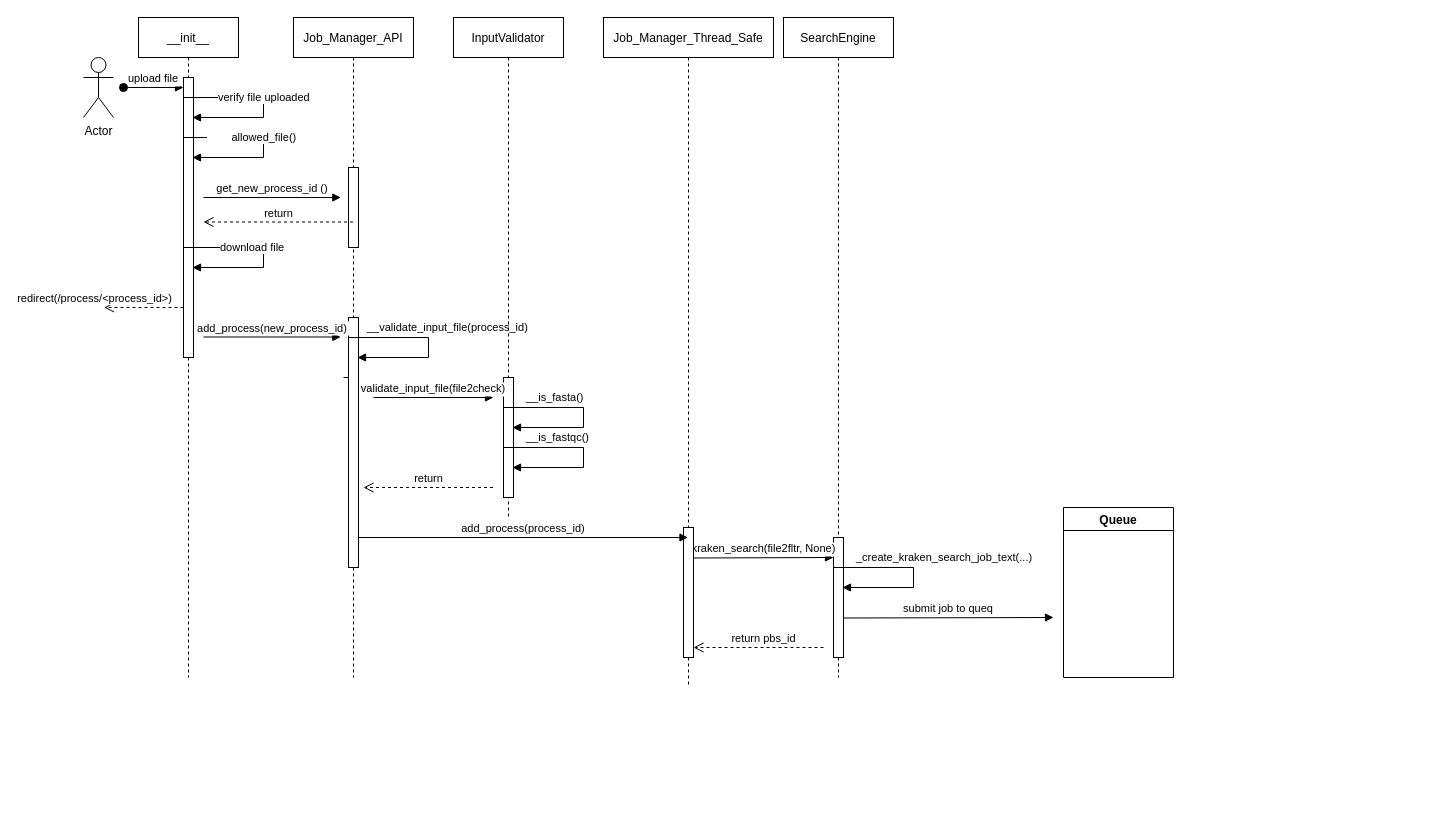
The draw.io diagram page "upload_file" (2 of 4) of design/sequences.drawio in JuanParker1/NgsReadClearEngine, before the edit. Source tidied: cells renumbered, new cells numbered last; positions are measured from the earlier drawing's top-left corner, leaving out a move shared by most shapes. Both pictures are drawn from the tidied source at 100%, with x=0, y=0 at pixel (83, 17).
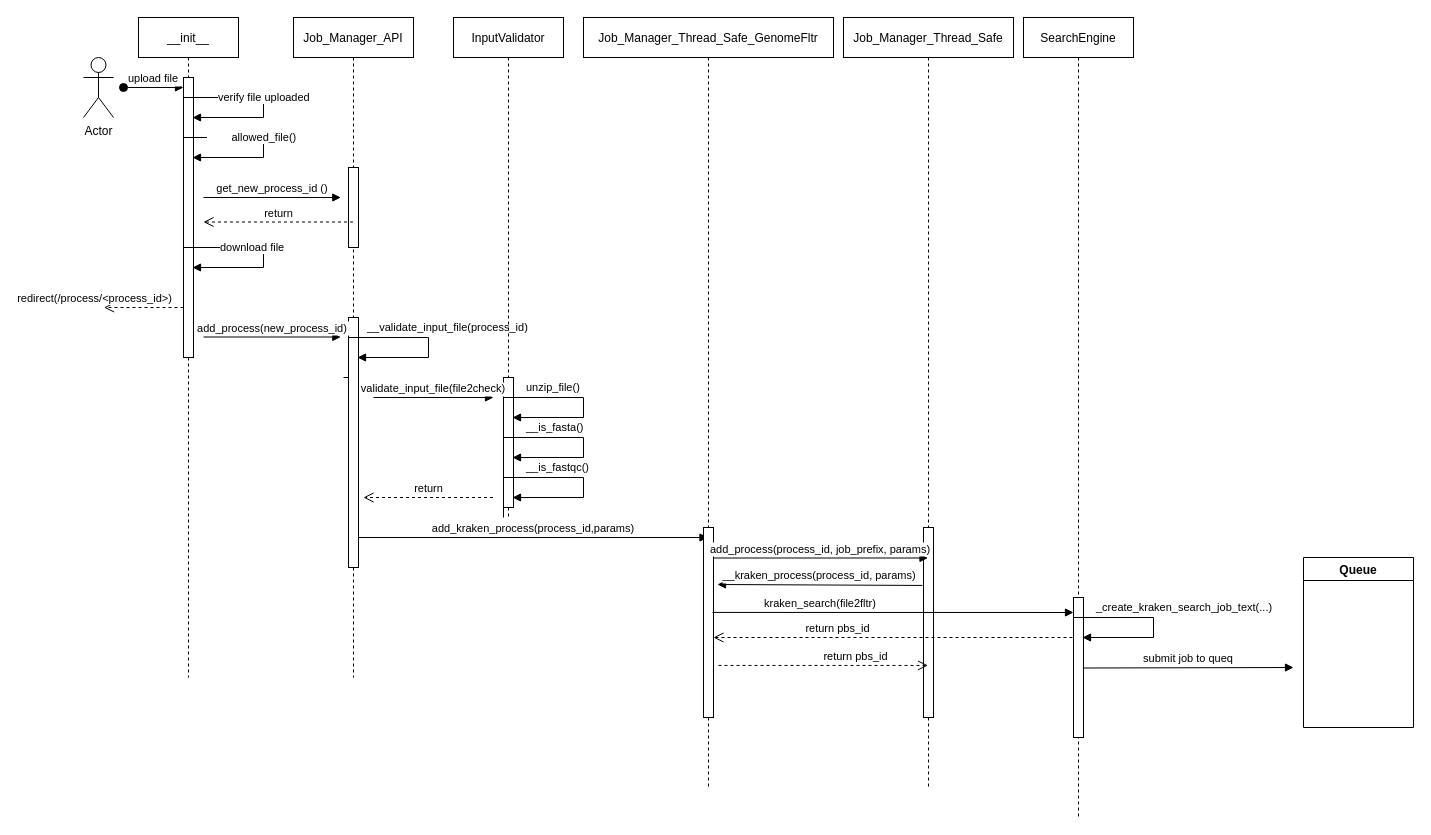
The same diagram, later.

Unchanged cells that the change refers to:
```xml
<mxCell id="23" value="InputValidator" style="shape=umlLifeline;perimeter=lifelinePerimeter;rounded=0;shadow=0;strokeWidth=1;" parent="1" vertex="1">
  <mxGeometry x="370" width="110" height="500" as="geometry" />
</mxCell>
```

Change to the diagram source:
```diff
@@
     <mxCell id="13" value="SearchEngine" style="shape=umlLifeline;perimeter=lifelinePerimeter;rounded=0;shadow=0;strokeWidth=1;size=40;" parent="1" vertex="1">
-      <mxGeometry x="700" width="110" height="660" as="geometry" />
+      <mxGeometry x="940" width="110" height="800" as="geometry" />
     </mxCell>
     <mxCell id="14" style="perimeter=orthogonalPerimeter;rounded=0;shadow=0;strokeWidth=1;" parent="13" vertex="1">
-      <mxGeometry x="50" y="520" width="10" height="120" as="geometry" />
+      <mxGeometry x="50" y="580" width="10" height="140" as="geometry" />
     </mxCell>
-    <mxCell id="15" value="kraken_search(file2fltr, None)" style="verticalAlign=bottom;endArrow=block;shadow=0;strokeWidth=1;" parent="13" edge="1">
-      <mxGeometry relative="1" as="geometry">
-        <mxPoint x="-89.5" y="540.5" as="sourcePoint" />
-        <mxPoint x="50" y="540" as="targetPoint" />
-      </mxGeometry>
-    </mxCell>
     <mxCell id="16" value="Job_Manager_Thread_Safe" style="shape=umlLifeline;perimeter=lifelinePerimeter;rounded=0;shadow=0;strokeWidth=1;" parent="1" vertex="1">
-      <mxGeometry x="520" width="170" height="670" as="geometry" />
+      <mxGeometry x="760" width="170" height="770" as="geometry" />
     </mxCell>
     <mxCell id="17" style="points=[];perimeter=orthogonalPerimeter;rounded=0;shadow=0;strokeWidth=1;" parent="16" vertex="1">
-      <mxGeometry x="80" y="510" width="10" height="130" as="geometry" />
+      <mxGeometry x="80" y="510" width="10" height="190" as="geometry" />
     </mxCell>
-    <mxCell id="18" value="return pbs_id" style="html=1;verticalAlign=bottom;endArrow=open;dashed=1;endSize=8;rounded=0;" parent="16" edge="1">
-      <mxGeometry x="-0.08" relative="1" as="geometry">
-        <mxPoint x="220" y="630" as="sourcePoint" />
-        <mxPoint x="90" y="630" as="targetPoint" />
-      </mxGeometry>
-    </mxCell>
@@
     <mxCell id="24" style="perimeter=orthogonalPerimeter;rounded=0;shadow=0;strokeWidth=1;" parent="23" vertex="1">
-      <mxGeometry x="50" y="360" width="10" height="120" as="geometry" />
+      <mxGeometry x="50" y="360" width="10" height="130" as="geometry" />
     </mxCell>
@@
-    <mxCell id="26" value="__is_fasta()" style="edgeStyle=orthogonalEdgeStyle;html=1;align=left;spacingLeft=2;endArrow=block;rounded=0;" parent="23" edge="1">
-      <mxGeometry x="-0.44" y="10" relative="1" as="geometry">
-        <mxPoint x="50" y="430" as="sourcePoint" />
-        <mxPoint x="59" y="410" as="targetPoint" />
-        <Array as="points">
-          <mxPoint x="50" y="390" />
-          <mxPoint x="130" y="390" />
-          <mxPoint x="130" y="410" />
-        </Array>
-      </mxGeometry>
-    </mxCell>
     <mxCell id="27" value="return" style="html=1;verticalAlign=bottom;endArrow=open;dashed=1;endSize=8;rounded=0;" parent="23" edge="1">
       <mxGeometry relative="1" as="geometry">
-        <mxPoint x="39.5" y="470" as="sourcePoint" />
-        <mxPoint x="-90" y="470" as="targetPoint" />
+        <mxPoint x="39.5" y="480" as="sourcePoint" />
+        <mxPoint x="-90" y="480" as="targetPoint" />
       </mxGeometry>
     </mxCell>
-    <mxCell id="28" value="__is_fastqc()" style="edgeStyle=orthogonalEdgeStyle;html=1;align=left;spacingLeft=2;endArrow=block;rounded=0;" parent="1" edge="1">
+    <mxCell id="28" value="__is_fasta()" style="edgeStyle=orthogonalEdgeStyle;html=1;align=left;spacingLeft=2;endArrow=block;rounded=0;" parent="1" edge="1">
       <mxGeometry x="-0.44" y="10" relative="1" as="geometry">
-        <mxPoint x="420" y="470" as="sourcePoint" />
-        <mxPoint x="429" y="450" as="targetPoint" />
+        <mxPoint x="420" y="460" as="sourcePoint" />
+        <mxPoint x="429" y="440" as="targetPoint" />
         <Array as="points">
-          <mxPoint x="420" y="430" />
-          <mxPoint x="500" y="430" />
-          <mxPoint x="500" y="450" />
+          <mxPoint x="420" y="420" />
+          <mxPoint x="500" y="420" />
+          <mxPoint x="500" y="440" />
         </Array>
       </mxGeometry>
     </mxCell>
-    <mxCell id="29" value="add_process(process_id)" style="verticalAlign=bottom;endArrow=block;shadow=0;strokeWidth=1;" parent="1" edge="1" target="16">
+    <mxCell id="29" value="add_kraken_process(process_id,params)" style="verticalAlign=bottom;endArrow=block;shadow=0;strokeWidth=1;" parent="1" edge="1" target="33">
       <mxGeometry relative="1" as="geometry">
         <mxPoint x="275" y="520" as="sourcePoint" />
       </mxGeometry>
     </mxCell>
     <mxCell id="30" value="_create_kraken_search_job_text(...)" style="edgeStyle=orthogonalEdgeStyle;html=1;align=left;spacingLeft=2;endArrow=block;rounded=0;" parent="1" edge="1">
       <mxGeometry x="-0.44" y="10" relative="1" as="geometry">
-        <mxPoint x="750" y="590" as="sourcePoint" />
-        <mxPoint x="759" y="570" as="targetPoint" />
+        <mxPoint x="990" y="640" as="sourcePoint" />
+        <mxPoint x="999" y="620" as="targetPoint" />
         <Array as="points">
-          <mxPoint x="750" y="550" />
-          <mxPoint x="830" y="550" />
-          <mxPoint x="830" y="570" />
+          <mxPoint x="990" y="600" />
+          <mxPoint x="1070" y="600" />
+          <mxPoint x="1070" y="620" />
         </Array>
       </mxGeometry>
     </mxCell>
     <mxCell id="31" value="Queue" style="swimlane;" parent="1" vertex="1">
-      <mxGeometry x="980" y="490" width="110" height="170" as="geometry" />
+      <mxGeometry x="1220" y="540" width="110" height="170" as="geometry" />
     </mxCell>
     <mxCell id="32" value="submit job to queq" style="verticalAlign=bottom;endArrow=block;shadow=0;strokeWidth=1;" parent="1" edge="1">
       <mxGeometry relative="1" as="geometry">
-        <mxPoint x="760" y="600.5" as="sourcePoint" />
-        <mxPoint x="970" y="600" as="targetPoint" />
+        <mxPoint x="1000" y="650.5" as="sourcePoint" />
+        <mxPoint x="1210" y="650" as="targetPoint" />
       </mxGeometry>
     </mxCell>
+    <mxCell id="33" value="Job_Manager_Thread_Safe_GenomeFltr" style="shape=umlLifeline;perimeter=lifelinePerimeter;rounded=0;shadow=0;strokeWidth=1;" parent="1" vertex="1">
+      <mxGeometry x="500" width="250" height="770" as="geometry" />
+    </mxCell>
+    <mxCell id="34" style="points=[];perimeter=orthogonalPerimeter;rounded=0;shadow=0;strokeWidth=1;" parent="33" vertex="1">
+      <mxGeometry x="120" y="510" width="10" height="190" as="geometry" />
+    </mxCell>
+    <mxCell id="35" value="add_process(process_id, job_prefix, params)" style="verticalAlign=bottom;endArrow=block;shadow=0;strokeWidth=1;" parent="33" edge="1" target="16">
+      <mxGeometry relative="1" as="geometry">
+        <mxPoint x="130" y="540.5" as="sourcePoint" />
+      </mxGeometry>
+    </mxCell>
+    <mxCell id="36" value="return pbs_id" style="html=1;verticalAlign=bottom;endArrow=open;dashed=1;endSize=8;rounded=0;exitX=-0.1;exitY=0.675;exitDx=0;exitDy=0;exitPerimeter=0;" parent="33" edge="1">
+      <mxGeometry x="0.31" relative="1" as="geometry">
+        <mxPoint x="489" y="620" as="sourcePoint" />
+        <mxPoint x="130" y="620" as="targetPoint" />
+      </mxGeometry>
+    </mxCell>
+    <mxCell id="26" value="unzip_file()" style="edgeStyle=orthogonalEdgeStyle;html=1;align=left;spacingLeft=2;endArrow=block;rounded=0;" parent="1" edge="1">
+      <mxGeometry x="-0.44" y="10" relative="1" as="geometry">
+        <mxPoint x="420" y="420" as="sourcePoint" />
+        <mxPoint x="429" y="400" as="targetPoint" />
+        <Array as="points">
+          <mxPoint x="420" y="380" />
+          <mxPoint x="500" y="380" />
+          <mxPoint x="500" y="400" />
+        </Array>
+      </mxGeometry>
+    </mxCell>
+    <mxCell id="37" value="__is_fastqc()" style="edgeStyle=orthogonalEdgeStyle;html=1;align=left;spacingLeft=2;endArrow=block;rounded=0;" parent="1" edge="1">
+      <mxGeometry x="-0.44" y="10" relative="1" as="geometry">
+        <mxPoint x="420" y="500" as="sourcePoint" />
+        <mxPoint x="429" y="480" as="targetPoint" />
+        <Array as="points">
+          <mxPoint x="420" y="460" />
+          <mxPoint x="500" y="460" />
+          <mxPoint x="500" y="480" />
+        </Array>
+      </mxGeometry>
+    </mxCell>
+    <mxCell id="38" value="kraken_search(file2fltr)" style="verticalAlign=bottom;endArrow=block;shadow=0;strokeWidth=1;exitX=0.9;exitY=0.447;exitDx=0;exitDy=0;exitPerimeter=0;" parent="1" edge="1" source="34">
+      <mxGeometry x="-0.4" relative="1" as="geometry">
+        <mxPoint x="990" y="595" as="targetPoint" />
+      </mxGeometry>
+    </mxCell>
+    <mxCell id="18" value="return pbs_id" style="html=1;verticalAlign=bottom;endArrow=open;dashed=1;endSize=8;rounded=0;exitX=1.5;exitY=0.726;exitDx=0;exitDy=0;exitPerimeter=0;" parent="1" edge="1" source="34" target="16">
+      <mxGeometry x="0.31" relative="1" as="geometry" />
+    </mxCell>
+    <mxCell id="15" value="__kraken_process(process_id, params)" style="verticalAlign=bottom;endArrow=block;shadow=0;strokeWidth=1;entryX=1.4;entryY=0.3;entryDx=0;entryDy=0;entryPerimeter=0;exitX=-0.1;exitY=0.305;exitDx=0;exitDy=0;exitPerimeter=0;" parent="1" edge="1" source="17" target="34">
+      <mxGeometry relative="1" as="geometry" />
+    </mxCell>
```
